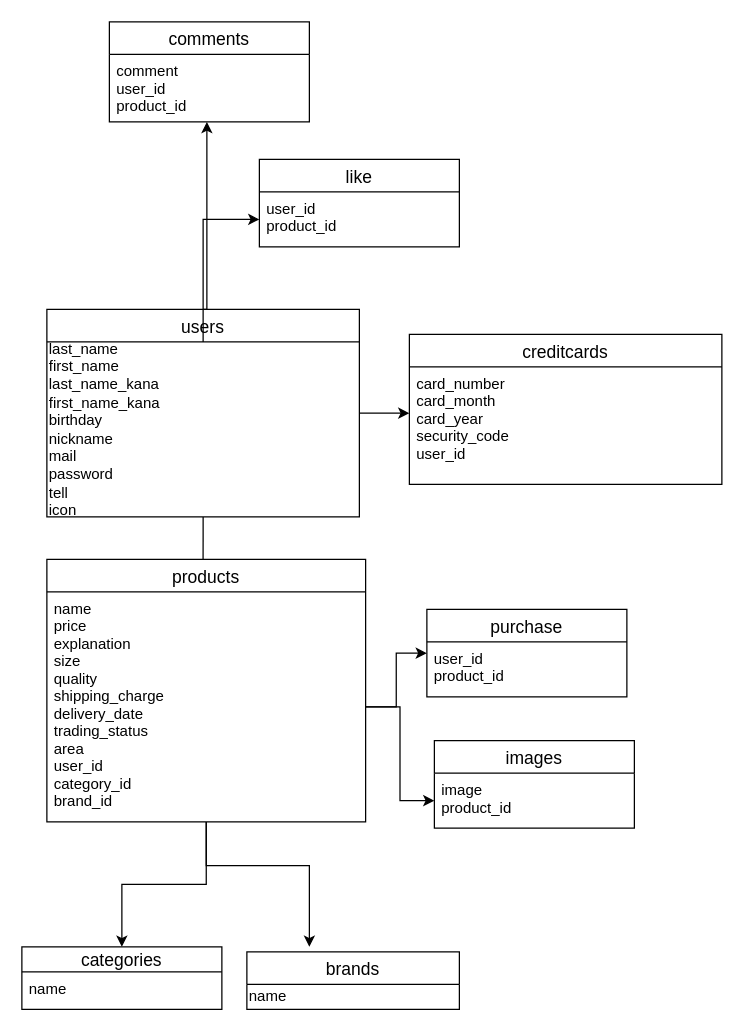
Earlier version of the draw.io diagram furima.dio (kousu0530/furima-29586). Source tidied: cells renumbered, new cells numbered last; positions are measured from the earlier drawing's top-left corner, leaving out a move shared by most shapes. Both pictures are drawn from the tidied source at 125%, with x=0, y=0 at pixel (21, 21).
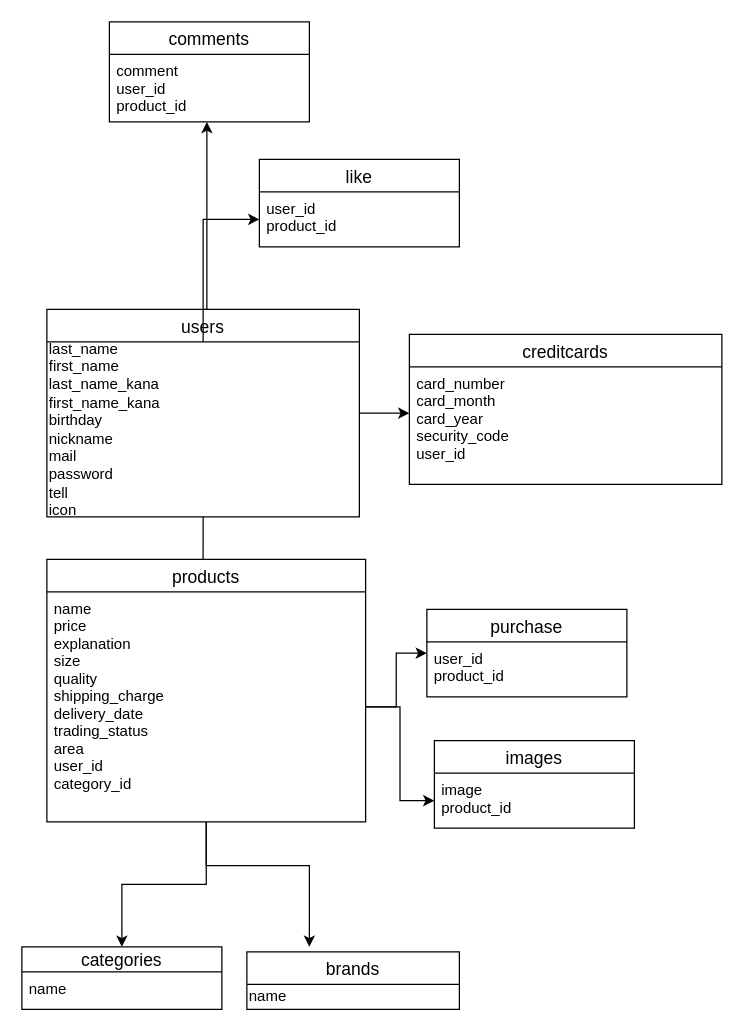
After the change.

The change refers to these unchanged cells:
```xml
<mxCell id="10" value="products" style="swimlane;fontStyle=0;horizontal=1;startSize=26;align=center;fontSize=14;strokeWidth=1;" parent="1" vertex="1">
  <mxGeometry x="20" y="430" width="255" height="210" as="geometry" />
</mxCell>
```

The edit, as a diff of the source:
```diff
@@
-    <mxCell id="11" value="name&#10;price&#10;explanation&#10;size&#10;quality&#10;shipping_charge&#10;delivery_date&#10;trading_status&#10;area&#10;user_id&#10;category_id&#10;brand_id" style="text;strokeColor=none;fillColor=none;spacingLeft=4;spacingRight=4;overflow=hidden;points=[[0,0.5],[1,0.5]];portConstraint=eastwest;fontSize=12;" parent="10" vertex="1">
+    <mxCell id="11" value="name&#10;price&#10;explanation&#10;size&#10;quality&#10;shipping_charge&#10;delivery_date&#10;trading_status&#10;area&#10;user_id&#10;category_id&#10;" style="text;strokeColor=none;fillColor=none;spacingLeft=4;spacingRight=4;overflow=hidden;points=[[0,0.5],[1,0.5]];portConstraint=eastwest;fontSize=12;" parent="10" vertex="1">
       <mxGeometry y="26" width="255" height="184" as="geometry" />
     </mxCell>
```
